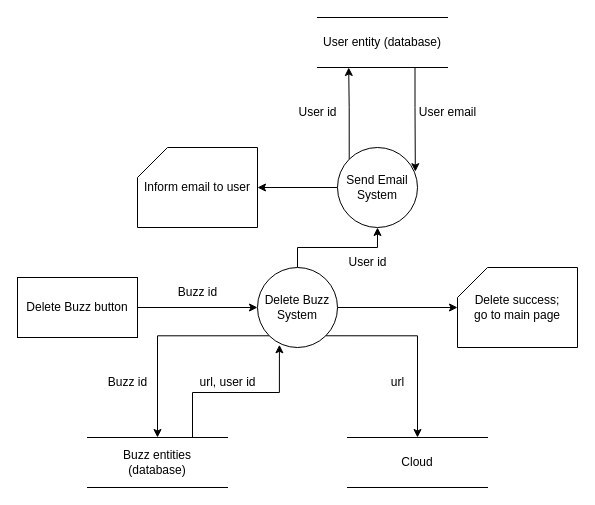
Earlier version of the draw.io diagram DFD/Admin/AdminDeletePost.drawio (DonaldLamNL/buzzer). Source tidied: cells renumbered, new cells numbered last; positions are measured from the earlier drawing's top-left corner, leaving out a move shared by most shapes. Both pictures are drawn from the tidied source at 100%, with x=0, y=0 at pixel (17, 17).
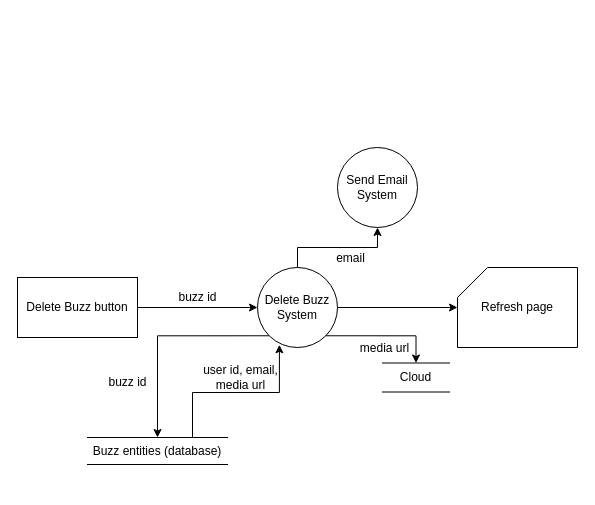
After the change.

Unchanged cells that the change refers to:
```xml
<mxCell id="20" value="Send Email System" style="ellipse;whiteSpace=wrap;html=1;" parent="1" vertex="1">
  <mxGeometry x="320" y="130" width="80" height="80" as="geometry" />
</mxCell>
```

Diff of the diagram source:
```diff
@@
-    <mxCell id="3" value="Delete success;&lt;br&gt;go to main page" style="shape=card;whiteSpace=wrap;html=1;" parent="1" vertex="1">
+    <mxCell id="3" value="Refresh page" style="shape=card;whiteSpace=wrap;html=1;" parent="1" vertex="1">
       <mxGeometry x="440" y="250" width="120" height="80" as="geometry" />
     </mxCell>
@@
-    <mxCell id="8" value="Buzz id" style="text;html=1;align=center;verticalAlign=middle;strokeColor=none;fillColor=none;" parent="1" vertex="1">
-      <mxGeometry x="150" y="260" width="60" height="30" as="geometry" />
+    <mxCell id="8" value="buzz id" style="text;html=1;align=center;verticalAlign=middle;strokeColor=none;fillColor=none;" parent="1" vertex="1">
+      <mxGeometry x="152" y="267" width="56" height="26" as="geometry" />
     </mxCell>
@@
-    <mxCell id="10" value="Buzz entities&lt;br style=&quot;border-color: var(--darkreader-border--border-color); --darkreader-inline-border:var(--darkreader-border--darkreader-border--border-color);&quot;&gt;(database)" style="shape=partialRectangle;whiteSpace=wrap;html=1;left=0;right=0;fillColor=none;rounded=0;strokeColor=default;fontFamily=Helvetica;fontSize=12;fontColor=default;" parent="1" vertex="1">
-      <mxGeometry x="70" y="420" width="140" height="50" as="geometry" />
+    <mxCell id="10" value="Buzz entities&amp;nbsp;(database)" style="shape=partialRectangle;whiteSpace=wrap;html=1;left=0;right=0;fillColor=none;rounded=0;strokeColor=default;fontFamily=Helvetica;fontSize=12;fontColor=default;" parent="1" vertex="1">
+      <mxGeometry x="70" y="420" width="140" height="27" as="geometry" />
     </mxCell>
-    <mxCell id="11" value="Buzz id" style="text;html=1;align=center;verticalAlign=middle;strokeColor=none;fillColor=none;" parent="1" vertex="1">
-      <mxGeometry x="80" y="350" width="60" height="30" as="geometry" />
+    <mxCell id="11" value="buzz id" style="text;html=1;align=center;verticalAlign=middle;strokeColor=none;fillColor=none;" parent="1" vertex="1">
+      <mxGeometry x="82" y="352" width="56" height="26" as="geometry" />
     </mxCell>
@@
-    <mxCell id="13" value="url, user id" style="text;html=1;align=center;verticalAlign=middle;strokeColor=none;fillColor=none;" parent="1" vertex="1">
-      <mxGeometry x="170" y="350" width="80" height="30" as="geometry" />
+    <mxCell id="13" value="user id, email,&lt;br&gt;media url" style="text;html=1;align=center;verticalAlign=middle;strokeColor=none;fillColor=none;" parent="1" vertex="1">
+      <mxGeometry x="176" y="340" width="93" height="40" as="geometry" />
     </mxCell>
@@
     <mxCell id="15" value="Cloud" style="shape=partialRectangle;whiteSpace=wrap;html=1;left=0;right=0;fillColor=none;rounded=0;strokeColor=default;fontFamily=Helvetica;fontSize=12;fontColor=default;" parent="1" vertex="1">
-      <mxGeometry x="330" y="420" width="140" height="50" as="geometry" />
+      <mxGeometry x="365" y="345.5" width="67" height="29" as="geometry" />
     </mxCell>
-    <mxCell id="16" value="url" style="text;html=1;align=center;verticalAlign=middle;strokeColor=none;fillColor=none;" parent="1" vertex="1">
-      <mxGeometry x="360" y="350" width="40" height="30" as="geometry" />
+    <mxCell id="16" value="media url" style="text;html=1;align=center;verticalAlign=middle;strokeColor=none;fillColor=none;" parent="1" vertex="1">
+      <mxGeometry x="333" y="318" width="67" height="26" as="geometry" />
     </mxCell>
-    <mxCell id="17" value="Inform email to user" style="shape=card;whiteSpace=wrap;html=1;" parent="1" vertex="1">
-      <mxGeometry x="120" y="130" width="120" height="80" as="geometry" />
-    </mxCell>
-    <mxCell id="18" style="edgeStyle=orthogonalEdgeStyle;rounded=0;jettySize=auto;html=1;exitX=0;exitY=0.5;exitDx=0;exitDy=0;entryX=1;entryY=0.5;entryDx=0;entryDy=0;entryPerimeter=0;" parent="1" edge="1" source="20" target="17">
-      <mxGeometry relative="1" as="geometry" />
-    </mxCell>
-    <mxCell id="19" style="edgeStyle=orthogonalEdgeStyle;rounded=0;jettySize=auto;html=1;exitX=0;exitY=0;exitDx=0;exitDy=0;entryX=0.24;entryY=1;entryDx=0;entryDy=0;entryPerimeter=0;" parent="1" edge="1" source="20" target="22">
-      <mxGeometry relative="1" as="geometry" />
-    </mxCell>
@@
-    <mxCell id="21" style="edgeStyle=orthogonalEdgeStyle;rounded=0;jettySize=auto;html=1;exitX=0.75;exitY=1;exitDx=0;exitDy=0;entryX=0.973;entryY=0.302;entryDx=0;entryDy=0;entryPerimeter=0;" parent="1" edge="1" source="22" target="20">
-      <mxGeometry relative="1" as="geometry" />
-    </mxCell>
-    <mxCell id="22" value="User entity (database)" style="shape=partialRectangle;whiteSpace=wrap;html=1;left=0;right=0;fillColor=none;rounded=0;strokeColor=default;fontFamily=Helvetica;fontSize=12;fontColor=default;" parent="1" vertex="1">
-      <mxGeometry x="300" width="130" height="50" as="geometry" />
-    </mxCell>
-    <mxCell id="23" value="User id" style="text;html=1;align=center;verticalAlign=middle;strokeColor=none;fillColor=none;" parent="1" vertex="1">
-      <mxGeometry x="320" y="230" width="60" height="30" as="geometry" />
+    <mxCell id="23" value="email" style="text;html=1;align=center;verticalAlign=middle;strokeColor=none;fillColor=none;" parent="1" vertex="1">
+      <mxGeometry x="309" y="228" width="47" height="26" as="geometry" />
     </mxCell>
-    <mxCell id="24" value="User id" style="text;html=1;align=center;verticalAlign=middle;strokeColor=none;fillColor=none;" parent="1" vertex="1">
-      <mxGeometry x="270" y="80" width="60" height="30" as="geometry" />
-    </mxCell>
-    <mxCell id="25" value="User email" style="text;html=1;align=center;verticalAlign=middle;strokeColor=none;fillColor=none;" parent="1" vertex="1">
-      <mxGeometry x="390" y="80" width="80" height="30" as="geometry" />
-    </mxCell>
```
